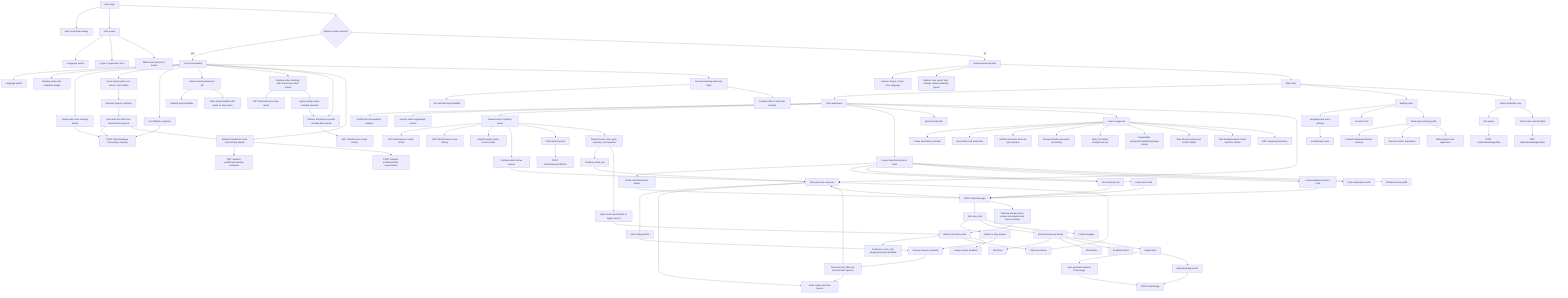
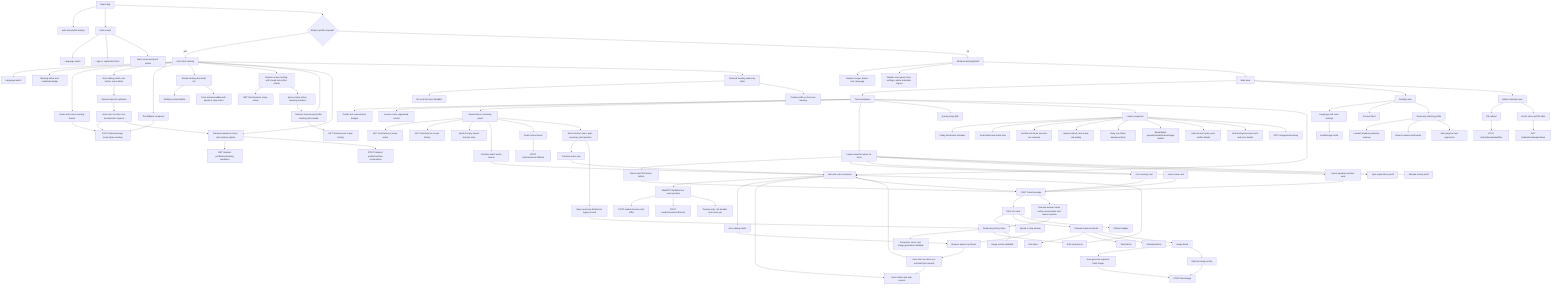
flowchart TB
  App[React App] --> Loading[Auth and profile loading]
  App --> Auth[Auth screen]
  Auth --> AuthLang[Language switch]
  Auth --> AuthForm[Login or registration form]
  Auth --> AuthVisual[Math visual and proof points]

  App --> FirstMeeting{Student profile required?}
  FirstMeeting -->|yes| Meeting[Voice-first meeting]
  Meeting --> MeetingLang[Language switch]
  Meeting --> MeetingStatus[Meeting status and readiness badge]
  Meeting --> VoiceStart[Green start voice meeting button]
  Meeting --> MeetingVoice[Voice dialog switch, mic action, voice status]
  MeetingVoice --> MeetingSpeech[Browser speech synthesis]
  MeetingSpeech --> MeetingAutoMic[Auto-start mic after non-terminal tutor speech]
  Meeting --> TextFallback[Text fallback composer]
  Meeting --> MeetingTranscript[Stored meeting transcript list]
  MeetingTranscript --> StudentBubble[Student prompt bubble]
  MeetingTranscript --> TutorBubble[Tutor answer bubble with speak or stop action]
  Meeting --> MeetingHydration[Restore active meeting with stored turns after reload]
  MeetingHydration --> ActiveMeetingApi[GET /tutor/lessons scope active]
  MeetingHydration --> EmptyActiveMeeting[Ignore empty active meeting sessions]
  EmptyActiveMeeting --> TerminalMeetingHydration
  Meeting --> TerminalMeetingHydration[Restore terminal pre-profile meeting after reload]
  TerminalMeetingHydration --> HistoricalMeetingApi[GET /tutor/lessons scope history]
  Meeting --> MeetingReadiness[Backend readiness score and missing signals]
  MeetingReadiness --> MeetingReadinessApi[GET /student-profile/me/meeting-readiness]
  Meeting --> TerminalMeeting[Terminal meeting read-only state]
  TerminalMeeting --> DisabledMeetingInput[Mic and text input disabled]
  TerminalMeeting --> ProfileOrRestart[Create profile or start new meeting]
  VoiceStart --> MeetingTutorApi[POST /tutor/message lessonType meeting]
  TextFallback --> MeetingTutorApi
  MeetingAutoMic --> MeetingTutorApi
  MeetingAutoMic --> MeetingReadiness
  MeetingReadiness --> ProfileApi[POST /student-profile/me/from-conversation]

  FirstMeeting -->|no| Shell[Authenticated AppShell]
  Shell --> Header[Header: burger, brand, role, language]
  Shell --> Navbar[Navbar: user panel, tutor, settings, admin materials, logout]
  Shell --> Main[Main view]

  Main --> Tutor[Tutor workspace]
  Tutor --> TutorStatus[Profile and conversation badges]
  Tutor --> LessonMode[Lesson mode segmented control]
  Tutor --> LessonHistory[Saved lesson continuity panel]
  LessonHistory --> ActiveHistoryApi[GET /tutor/lessons scope active]
  LessonHistory --> ArchivedHistoryApi[GET /tutor/lessons scope history]
  LessonHistory --> EmptyHistory[Explicit empty saved-lessons state]
  LessonHistory --> ResumeLatest[Continue latest active lesson]
  LessonHistory --> FinishLesson[Finish active lesson]
  FinishLesson --> FinishApi[POST /tutor/lessons/:id/finish]
  LessonHistory --> HistoryRows[Recent lesson rows: goal, summary, last question]
  HistoryRows --> ContinueActive[Continue active row]
  HistoryRows --> OpenRecord[Open read-only finished or legacy record]
  ResumeLatest --> Composer
  ContinueActive --> Composer
  OpenRecord --> ReadOnlyState[Read-only history state]
  ReadOnlyState --> DisabledComposer[Composer, voice, and image generation disabled]
  ReadOnlyState --> NewLessonFromHistory[Start new lesson]
  NewLessonFromHistory --> Composer
  Tutor --> LessonLauncher[Lesson launcher when no turns]
  LessonLauncher --> StartFirst[Green start first lesson button]
  LessonLauncher --> MeetingCard[First meeting card]
  LessonLauncher --> DiagnosticCard[Level check card]
  LessonLauncher --> PracticeCard[Linear equation practice card]
  LessonLauncher --> TopicCard[Topic explanation prefill]
  LessonLauncher --> MistakeCard[Mistake review prefill]
  StartFirst --> TutorApi[POST /tutor/message]
  MeetingCard --> TutorApi
  DiagnosticCard --> TutorApi
  PracticeCard --> TutorApi
  Tutor --> QuickPrompts[Quick prompt pills]
  Tutor --> UsageBar[Lesson usage bar]
  UsageBar --> UsageSummary[Today and lesson estimate]
  UsageBar --> GoalStatus[Goal status and active time]
  UsageBar --> VerifiedOutcome[Verified outcomes and cost per outcome]
  UsageBar --> UsageRefresh[Manual refresh and active-job polling]
  UsageBar --> BackgroundRetry[Retry one failed background job]
  UsageBar --> UsageDetails[Expandable operation/model/token/image details]
  UsageBar --> DecisionDetails[Safe decision policy and verifier details]
  UsageBar --> BackgroundJobDetails[Safe background job result and error details]
  UsageBar --> UsageApi[GET /usage/me/summary]
  Tutor --> Composer[Text and voice composer]
+   Composer --> RealtimeVoice[WebRTC Realtime live voice preview]
+   RealtimeVoice --> WebRtcApi[POST /webrtc/session and /offer]
+   RealtimeVoice --> RealtimeClose[POST /webrtc/session/:id/close]
+   RealtimeVoice --> RealtimeLimit[Preview only: not durable tutor turns yet]
  Composer --> VoiceOutput[Voice dialog switch]
  Composer --> VoiceStatus[Voice status and stop reason]
  VoiceOutput --> SpeechSynthesis[Browser speech synthesis]
  SpeechSynthesis --> AutoMic[Auto-start mic after non-terminal tutor speech]
  AutoMic --> VoiceStatus
  AutoMic --> Composer
  Composer --> TutorApi[POST /tutor/message]
  TutorApi --> TurnCard[Tutor turn card]
  TutorApi --> TerminalBoundary[Terminal answer clears active conversation and lesson session]
  TerminalBoundary --> ReadOnlyState
  TurnCard --> SpeakAction[Speak or stop answer]
  SpeakAction --> SpeechSynthesis
  TurnCard --> Blocks[Ordered response blocks]
  Blocks --> Explanation[Text block]
  Blocks --> Tasks[Task blocks]
  Blocks --> Examples[Example blocks]
  Blocks --> ImageBlock[Image block]
  TurnCard --> Citations[Citation badges]
  ImageBlock --> AutoImage[Auto-generate required fresh image]
  ImageBlock --> ImageAction[Optional image action]
  ReadOnlyState --> ImageDisabled[Image actions disabled]
  AutoImage --> ImageApi
  ImageAction --> ImageApi[POST /tutor/image]

  Main --> Settings[Settings view]
  Settings --> Interface[Language and voice settings]
  Settings --> Account[Account facts]
  Settings --> Profile[Read-only learning profile]
  Interface --> LocaleStore[localStorage locale]
  Profile --> ProfileMemory[Loaded /student-profile/me memory]
  Profile --> SessionMemory[Recent session summaries]
  Profile --> SkillMemory[Skill progress and regression]

  Main --> Knowledge[Admin materials view]
  Knowledge --> Upload[File upload]
  Knowledge --> Status[Vector store and file table]
  Upload --> KnowledgeApi[POST /admin/knowledge/files]
  Status --> StatusApi[GET /admin/knowledge/status]
